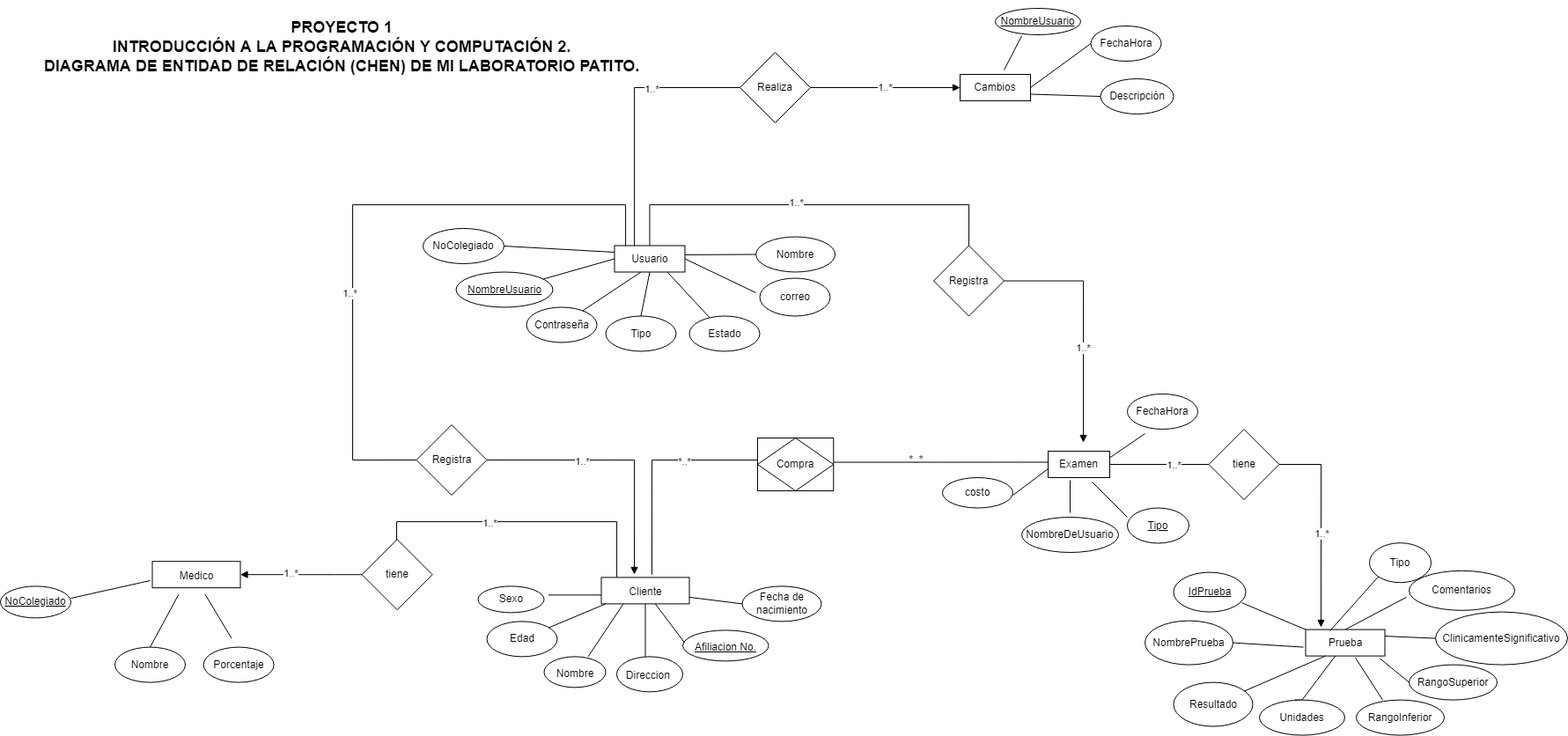
The draw.io diagram Parte teorica/Diagrama ER Laboratorio Patito(Chen).drawio.png in YefriGonzalez/ProyectoLaboratorioCl-nico, before a commit. Source tidied: cells renumbered, new cells last; positions are measured from the earlier drawing's top-left corner, leaving out a move shared by most shapes.
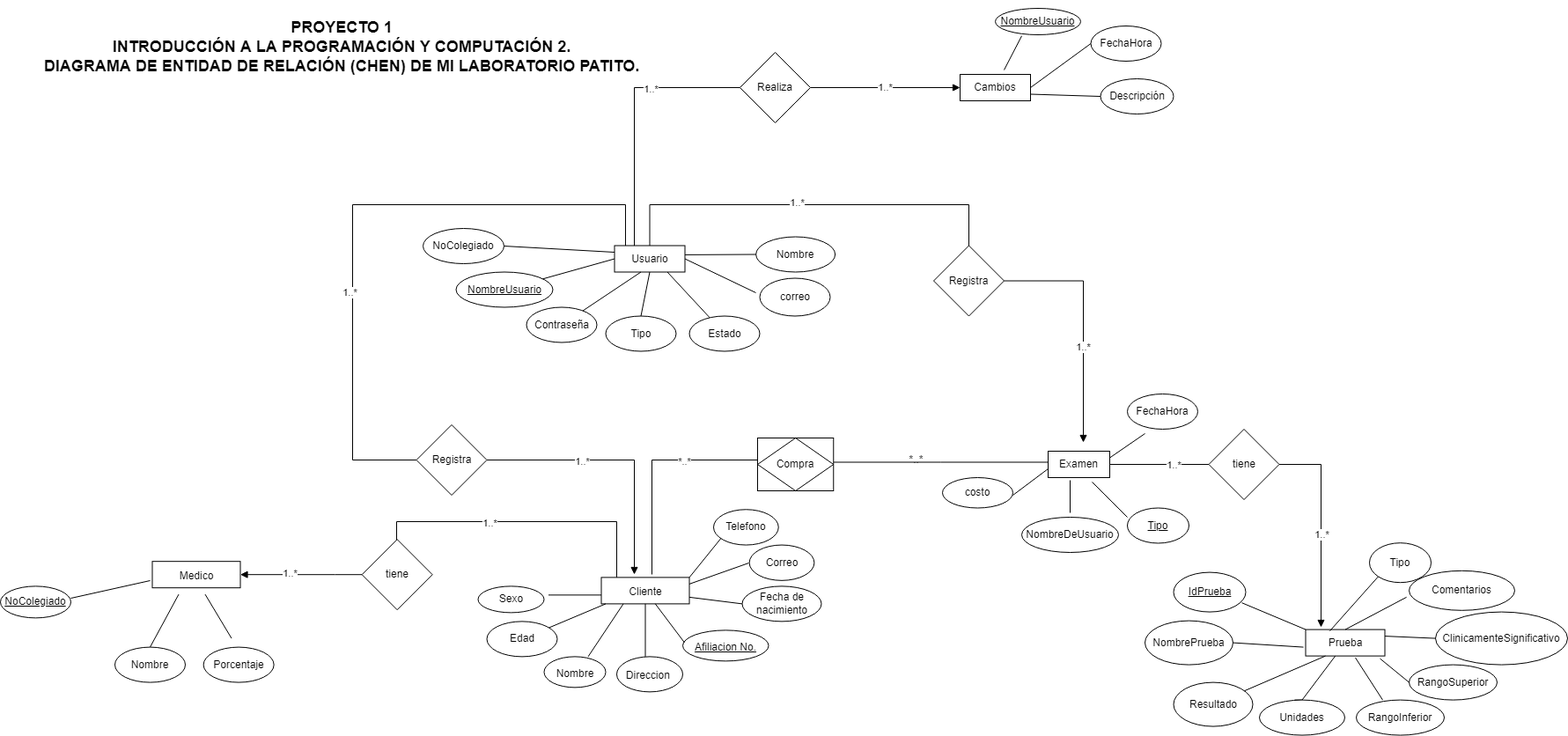
After the commit.

Commit message:
Mejoras base de datos

The edit, as a diff of the source:
```diff
@@ -402,5 +402,21 @@
     <mxCell id="103" style="endArrow=none;html=1;rounded=0;strokeWidth=1;entryX=0;entryY=0.25;entryDx=0;entryDy=0;exitX=1;exitY=0.5;exitDx=0;exitDy=0;" parent="1" edge="1" source="102" target="16">
       <mxGeometry relative="1" as="geometry" />
     </mxCell>
+    <mxCell id="104" value="Correo" style="ellipse;whiteSpace=wrap;html=1;" parent="1" vertex="1">
+      <mxGeometry x="850.6" y="609.6" width="73.8" height="40.3" as="geometry" />
+    </mxCell>
+    <mxCell id="105" style="endArrow=none;html=1;rounded=0;exitX=1;exitY=0.25;exitDx=0;exitDy=0;" parent="1" edge="1" source="6">
+      <mxGeometry relative="1" as="geometry">
+        <mxPoint x="850" y="630" as="targetPoint" />
+      </mxGeometry>
+    </mxCell>
+    <mxCell id="106" style="endArrow=none;html=1;rounded=0;exitX=1;exitY=0;exitDx=0;exitDy=0;" parent="1" edge="1" source="6">
+      <mxGeometry relative="1" as="geometry">
+        <mxPoint x="820" y="600" as="targetPoint" />
+      </mxGeometry>
+    </mxCell>
+    <mxCell id="107" value="Telefono" style="ellipse;whiteSpace=wrap;html=1;" parent="1" vertex="1">
+      <mxGeometry x="810" y="569.3" width="73.8" height="40.3" as="geometry" />
+    </mxCell>
   </root>
 </mxGraphModel>
```
